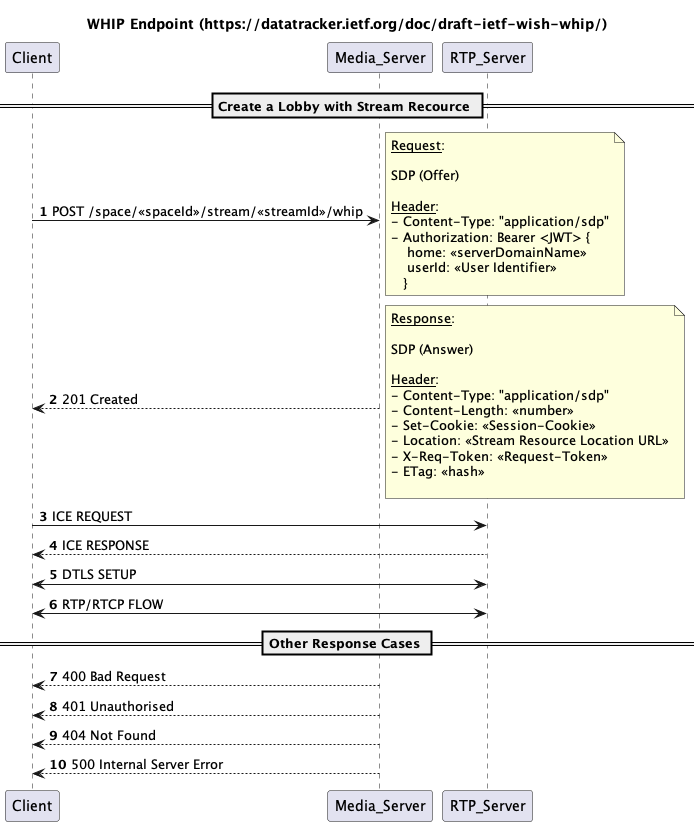
Before: docs/uml/sequence/lobby-create-whip.png, a diagram exported from PlantUML (shigde/sfu).
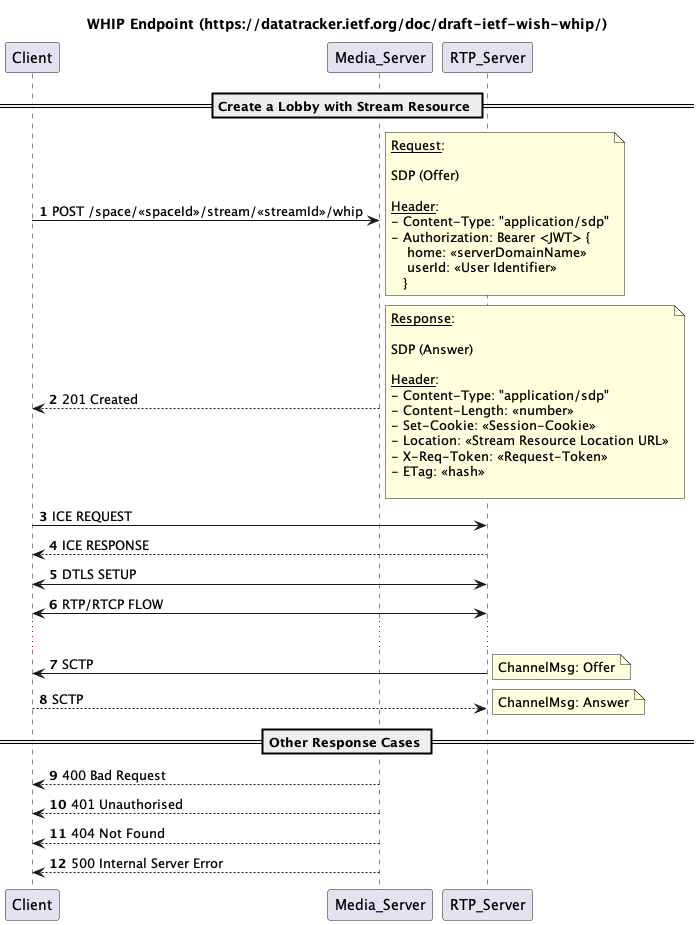
After the change.

What changed in the source:
```diff
@@ -4,7 +4,7 @@
 title WHIP Endpoint (https://datatracker.ietf.org/doc/draft-ietf-wish-whip/)
 
 autonumber
-== Create a Lobby with Stream Recource ==
+== Create a Lobby with Stream Resource ==
 Client -> Media_Server: POST /space/<<spaceId>>/stream/<<streamId>>/whip
 note right
 __Request__:
@@ -40,6 +40,16 @@
 Client <-> RTP_Server: DTLS SETUP
 Client <-> RTP_Server: RTP/RTCP FLOW
 
+...
+Client <- RTP_Server: SCTP
+note right
+ChannelMsg: Offer
+end note
+Client --> RTP_Server: SCTP
+note right
+ChannelMsg: Answer
+end note
+
 == Other Response Cases ==
 
 Client <-- Media_Server: 400 Bad Request
```
